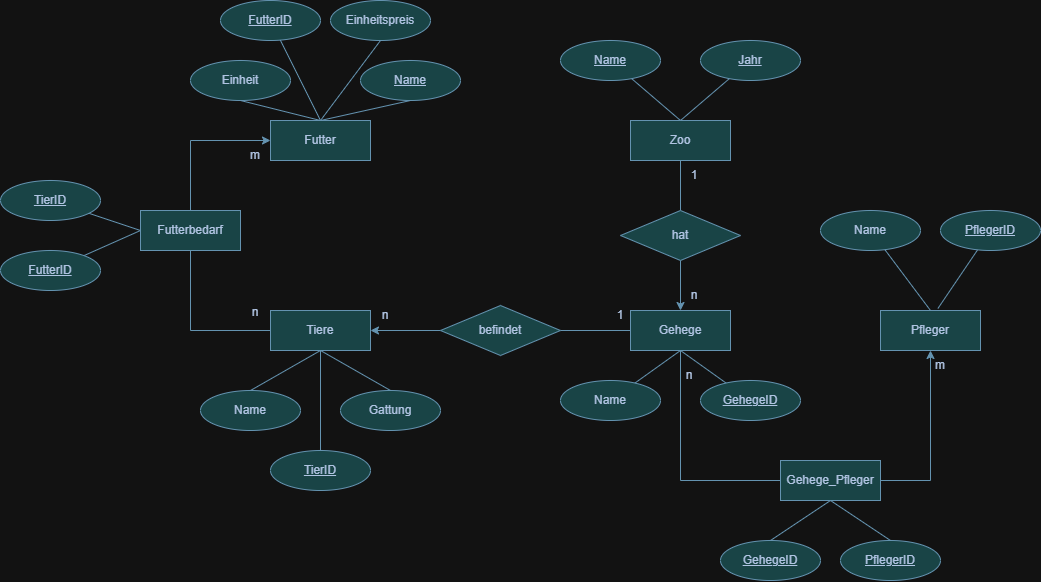
This is src/SelinUlutuerk/AufgabeZoo/Teil 5/Bonusteil5.drawio.png from zewas-digital/appdevhb25, a draw.io export, as it was before one commit. Source tidied: cells renumbered, new cells last; positions are measured from the earlier drawing's top-left corner, leaving out a move shared by most shapes.
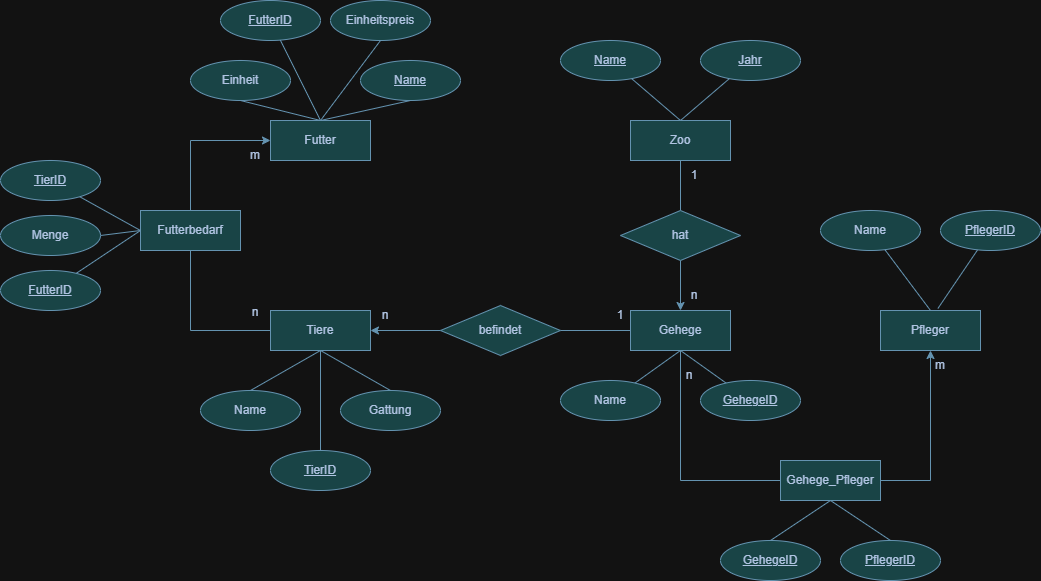
After the commit.

Commit message:
Anpassung von Teil 5 (hinzufügen von Menge bei Futterbedarf)

Erstellen eines DDL-Sqripts für Teil 6 mit vollständigen Tabellen und Constraints

The edit, as a diff of the source:
```diff
@@ -158,13 +158,13 @@
       <mxGeometry relative="1" as="geometry" />
     </mxCell>
     <mxCell id="53" value="&lt;u&gt;FutterID&lt;/u&gt;" style="ellipse;whiteSpace=wrap;html=1;align=center;fontStyle=0;labelBackgroundColor=none;fillColor=#A8DADC;strokeColor=#457B9D;fontColor=#1D3557;" parent="1" vertex="1">
-      <mxGeometry y="250" width="100" height="40" as="geometry" />
+      <mxGeometry y="270" width="100" height="40" as="geometry" />
     </mxCell>
     <mxCell id="54" style="rounded=0;jettySize=auto;html=1;entryX=0;entryY=0.5;entryDx=0;entryDy=0;strokeColor=#457B9D;fontColor=#1D3557;fillColor=#A8DADC;endArrow=none;endFill=0;" parent="1" edge="1" source="55" target="51">
       <mxGeometry relative="1" as="geometry" />
     </mxCell>
     <mxCell id="55" value="TierID" style="ellipse;whiteSpace=wrap;html=1;align=center;fontStyle=4;labelBackgroundColor=none;fillColor=#A8DADC;strokeColor=#457B9D;fontColor=#1D3557;" parent="1" vertex="1">
-      <mxGeometry y="180" width="100" height="40" as="geometry" />
+      <mxGeometry y="160" width="100" height="40" as="geometry" />
     </mxCell>
     <mxCell id="56" style="rounded=0;jettySize=auto;html=1;endArrow=none;endFill=0;labelBackgroundColor=none;strokeColor=#457B9D;fontColor=default;" parent="1" edge="1" target="57">
       <mxGeometry relative="1" as="geometry">
@@ -186,5 +186,13 @@
     <mxCell id="61" value="m" style="text;html=1;whiteSpace=wrap;strokeColor=none;fillColor=none;align=center;verticalAlign=middle;rounded=0;fontColor=#1D3557;" parent="1" vertex="1">
       <mxGeometry x="910" y="350" width="60" height="30" as="geometry" />
     </mxCell>
+    <mxCell id="62" value="Menge" style="ellipse;whiteSpace=wrap;html=1;align=center;fontStyle=0;labelBackgroundColor=none;fillColor=#A8DADC;strokeColor=#457B9D;fontColor=#1D3557;" parent="1" vertex="1">
+      <mxGeometry y="215" width="100" height="40" as="geometry" />
+    </mxCell>
+    <mxCell id="63" style="rounded=0;jettySize=auto;html=1;strokeColor=#457B9D;fontColor=#1D3557;fillColor=#A8DADC;endArrow=none;endFill=0;exitX=1;exitY=0.5;exitDx=0;exitDy=0;" parent="1" edge="1" source="62">
+      <mxGeometry relative="1" as="geometry">
+        <mxPoint x="140" y="230" as="targetPoint" />
+      </mxGeometry>
+    </mxCell>
   </root>
 </mxGraphModel>
```
